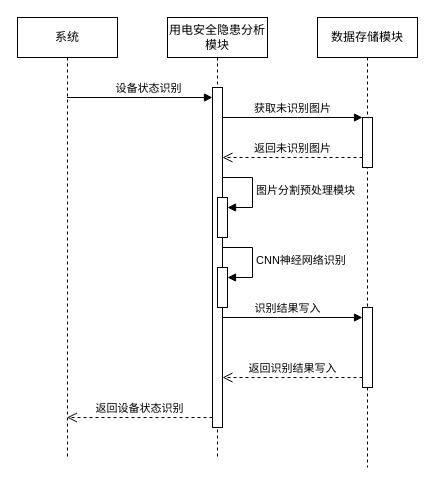
This is Draw.io/本科毕业设计/顺序图_设备状态识别.drawio from Arete-FFF/PicGo, a draw.io file, before an edit. Source tidied: cells renumbered, new cells numbered last; positions are measured from the earlier drawing's top-left corner, leaving out a move shared by most shapes. Both pictures are drawn from the tidied source at 100%, with x=0, y=0 at pixel (17, 17).
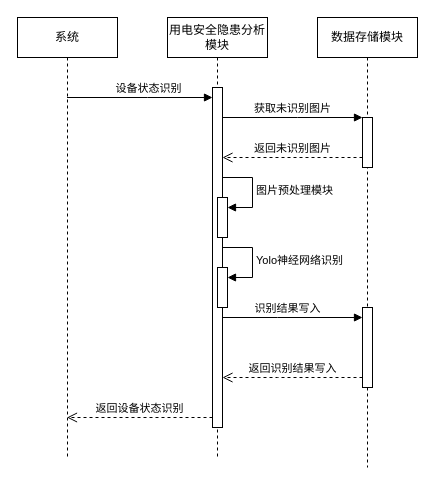
After the change.

Commit message:
更新顺序图_设备状态识别.drawio

The change refers to these unchanged cells:
```xml
<mxCell id="2" value="用电安全隐患分析模块" style="shape=umlLifeline;perimeter=lifelinePerimeter;whiteSpace=wrap;html=1;newEdgeStyle={&quot;edgeStyle&quot;:&quot;elbowEdgeStyle&quot;,&quot;elbow&quot;:&quot;vertical&quot;,&quot;curved&quot;:0,&quot;rounded&quot;:0};" parent="1" vertex="1">
  <mxGeometry x="150" width="100" height="440" as="geometry" />
</mxCell>
<mxCell id="4" style="html=1;points=[];perimeter=orthogonalPerimeter;outlineConnect=0;targetShapes=umlLifeline;portConstraint=eastwest;newEdgeStyle={&quot;edgeStyle&quot;:&quot;elbowEdgeStyle&quot;,&quot;elbow&quot;:&quot;vertical&quot;,&quot;curved&quot;:0,&quot;rounded&quot;:0};" parent="2" vertex="1">
  <mxGeometry x="50" y="180" width="10" height="40" as="geometry" />
</mxCell>
<mxCell id="6" style="html=1;points=[];perimeter=orthogonalPerimeter;outlineConnect=0;targetShapes=umlLifeline;portConstraint=eastwest;newEdgeStyle={&quot;edgeStyle&quot;:&quot;elbowEdgeStyle&quot;,&quot;elbow&quot;:&quot;vertical&quot;,&quot;curved&quot;:0,&quot;rounded&quot;:0};" parent="2" vertex="1">
  <mxGeometry x="50" y="250" width="10" height="40" as="geometry" />
</mxCell>
```

Change to the diagram source:
```diff
@@
-    <mxCell id="5" value="图片分割预处理模块" style="html=1;align=left;spacingLeft=2;endArrow=block;rounded=0;edgeStyle=orthogonalEdgeStyle;curved=0;rounded=0;" parent="2" edge="1" target="4">
+    <mxCell id="5" value="图片预处理模块" style="html=1;align=left;spacingLeft=2;endArrow=block;rounded=0;edgeStyle=orthogonalEdgeStyle;curved=0;rounded=0;" parent="2" edge="1" target="4">
       <mxGeometry relative="1" as="geometry">
         <mxPoint x="55" y="160" as="sourcePoint" />
         <Array as="points">
           <mxPoint x="85" y="190" />
         </Array>
       </mxGeometry>
     </mxCell>
@@
-    <mxCell id="7" value="CNN神经网络识别" style="html=1;align=left;spacingLeft=2;endArrow=block;rounded=0;edgeStyle=orthogonalEdgeStyle;curved=0;rounded=0;" parent="2" edge="1" target="6">
+    <mxCell id="7" value="Yolo神经网络识别" style="html=1;align=left;spacingLeft=2;endArrow=block;rounded=0;edgeStyle=orthogonalEdgeStyle;curved=0;rounded=0;" parent="2" edge="1" target="6">
       <mxGeometry relative="1" as="geometry">
         <mxPoint x="55" y="230" as="sourcePoint" />
         <Array as="points">
           <mxPoint x="85" y="260" />
         </Array>
       </mxGeometry>
     </mxCell>
```
